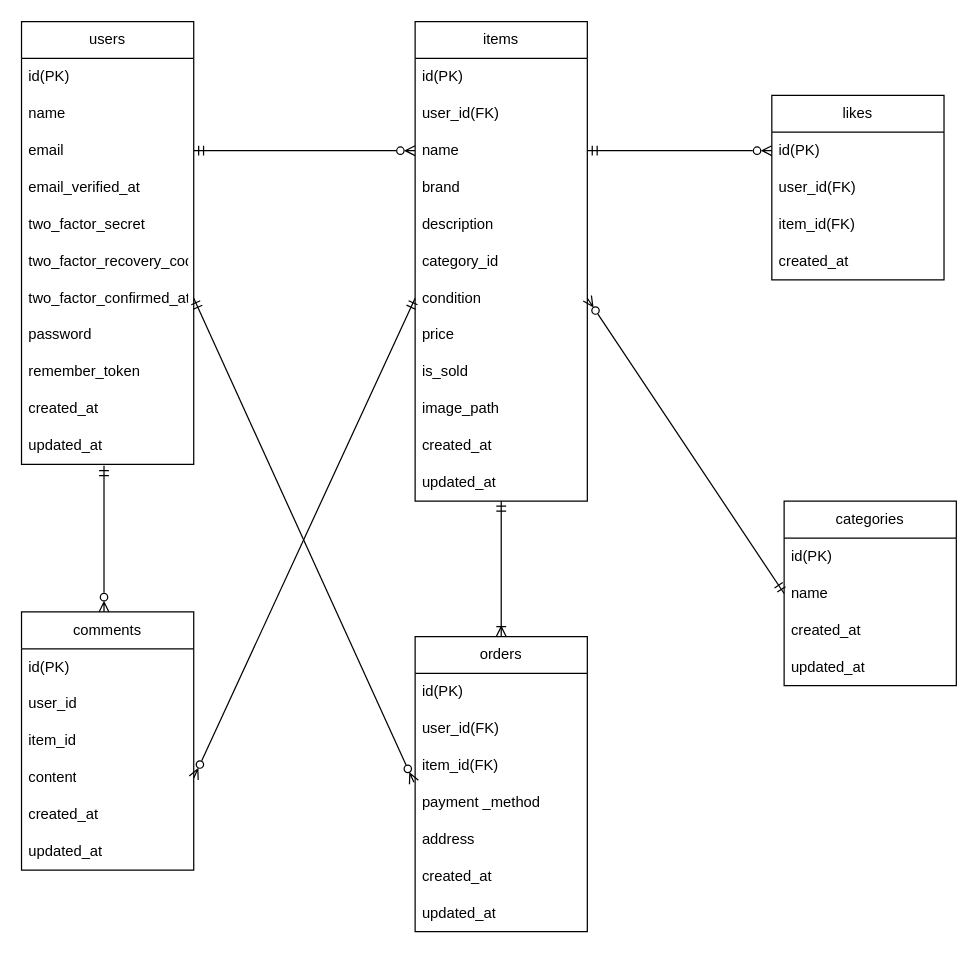
Before: src/resources/docs/akafuri_er.drawio in akanemomo/fin-akafuri, a draw.io diagram. Source tidied: cells renumbered, new cells numbered last; positions are measured from the earlier drawing's top-left corner, leaving out a move shared by most shapes. Both pictures are drawn from the tidied source at 123%, with x=0, y=0 at pixel (21, 21).
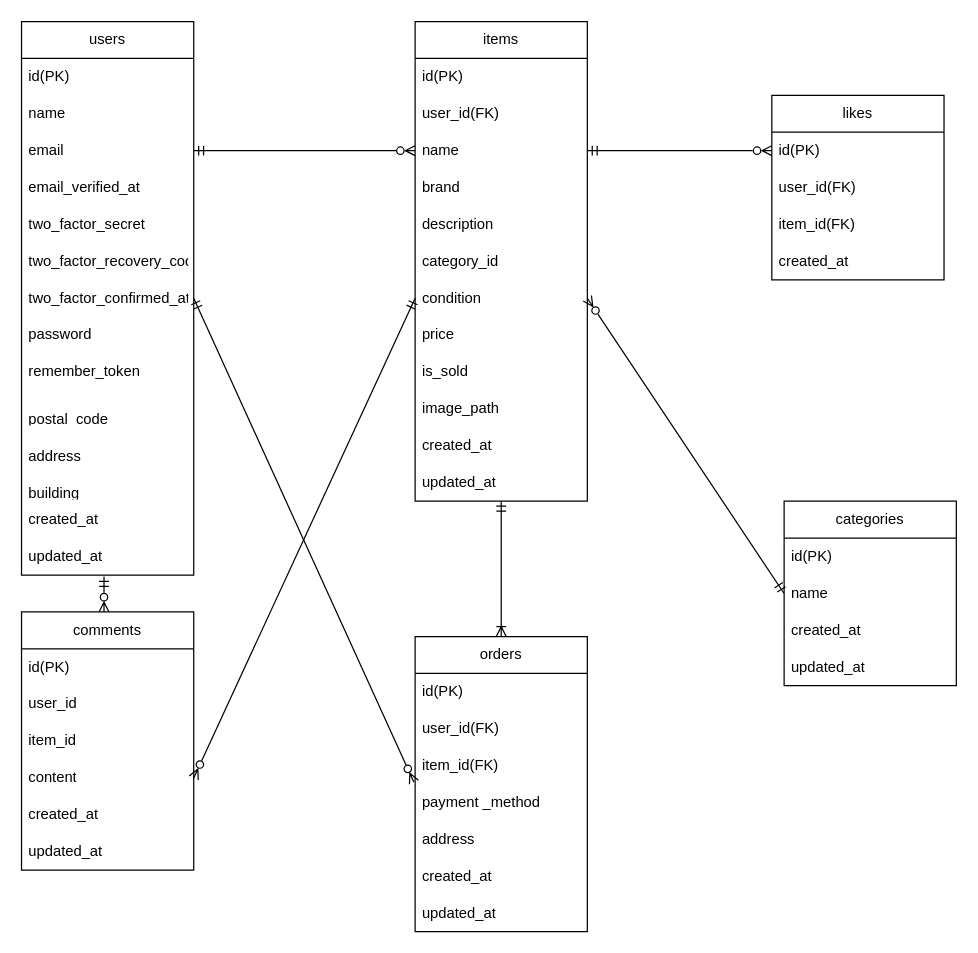
After the change.

What changed in the source:
```diff
@@
     <mxCell id="19" value="users" style="swimlane;fontStyle=0;horizontal=1;startSize=30;whiteSpace=wrap;html=1;" parent="1" vertex="1">
-      <mxGeometry width="140" height="360" as="geometry" />
+      <mxGeometry width="140" height="450" as="geometry" />
     </mxCell>
@@
+    <mxCell id="59" value="&#10;postal_code&#10;&#10;&#10;" style="text;strokeColor=none;fillColor=none;align=left;verticalAlign=middle;spacingLeft=4;spacingRight=4;overflow=hidden;whiteSpace=wrap;html=1;" parent="19" vertex="1">
+      <mxGeometry y="300" width="140" height="30" as="geometry" />
+    </mxCell>
+    <mxCell id="60" value="&#10;address&#10;&#10;&#10;" style="text;strokeColor=none;fillColor=none;align=left;verticalAlign=middle;spacingLeft=4;spacingRight=4;overflow=hidden;whiteSpace=wrap;html=1;" parent="19" vertex="1">
+      <mxGeometry y="330" width="140" height="30" as="geometry" />
+    </mxCell>
+    <mxCell id="61" value="&#10;building&#10;&#10;&#10;" style="text;strokeColor=none;fillColor=none;align=left;verticalAlign=middle;spacingLeft=4;spacingRight=4;overflow=hidden;whiteSpace=wrap;html=1;" parent="19" vertex="1">
+      <mxGeometry y="360" width="140" height="30" as="geometry" />
+    </mxCell>
     <mxCell id="29" value="created_at" style="text;strokeColor=none;fillColor=none;align=left;verticalAlign=middle;spacingLeft=4;spacingRight=4;overflow=hidden;whiteSpace=wrap;html=1;" parent="19" vertex="1">
-      <mxGeometry y="300" width="140" height="30" as="geometry" />
+      <mxGeometry y="390" width="140" height="30" as="geometry" />
     </mxCell>
     <mxCell id="30" value="updated_at" style="text;strokeColor=none;fillColor=none;align=left;verticalAlign=middle;spacingLeft=4;spacingRight=4;overflow=hidden;points=[[0,0.5],[1,0.5]];portConstraint=eastwest;whiteSpace=wrap;html=1;" parent="19" vertex="1">
-      <mxGeometry y="330" width="140" height="30" as="geometry" />
+      <mxGeometry y="420" width="140" height="30" as="geometry" />
     </mxCell>
```
